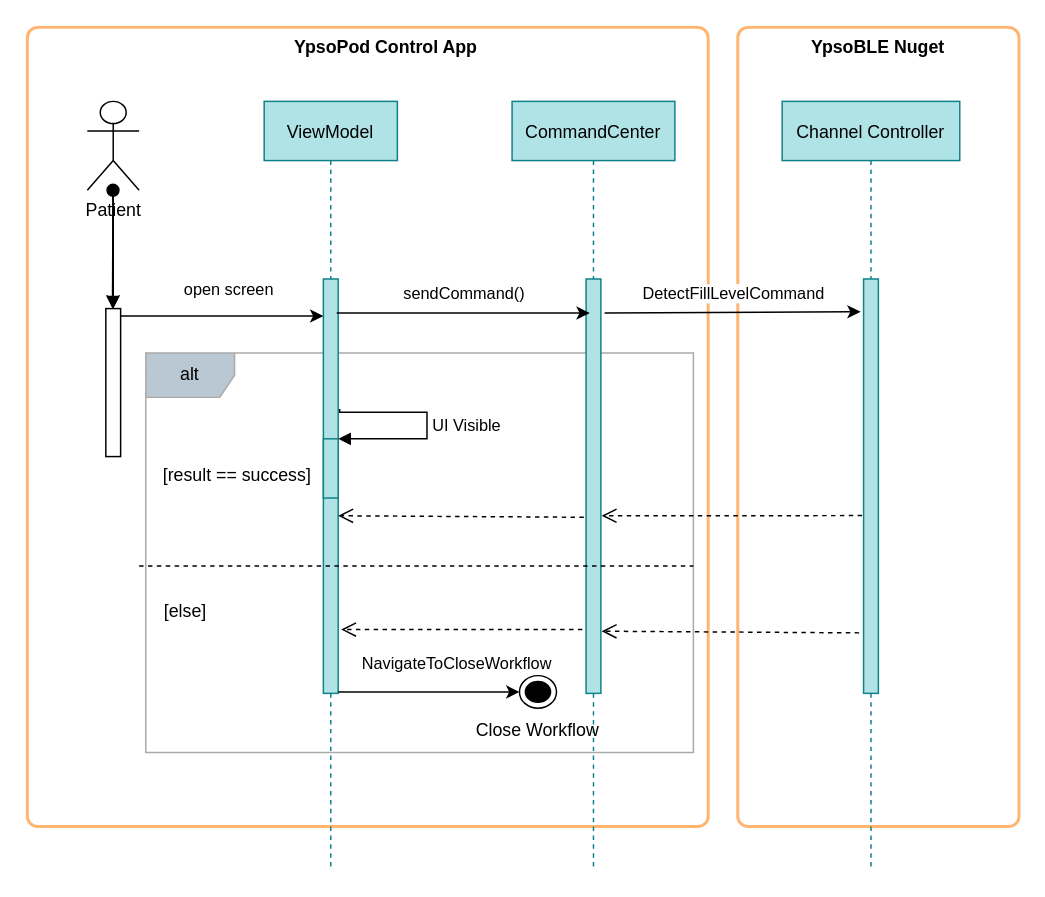
Before: Diagrama sin título.drawio in vespasoft/my_uml_diagrams, a draw.io diagram. Source tidied: cells renumbered, new cells numbered last; positions are measured from the earlier drawing's top-left corner, leaving out a move shared by most shapes. Both pictures are drawn from the tidied source at 148%, with x=0, y=0 at pixel (27, 27).
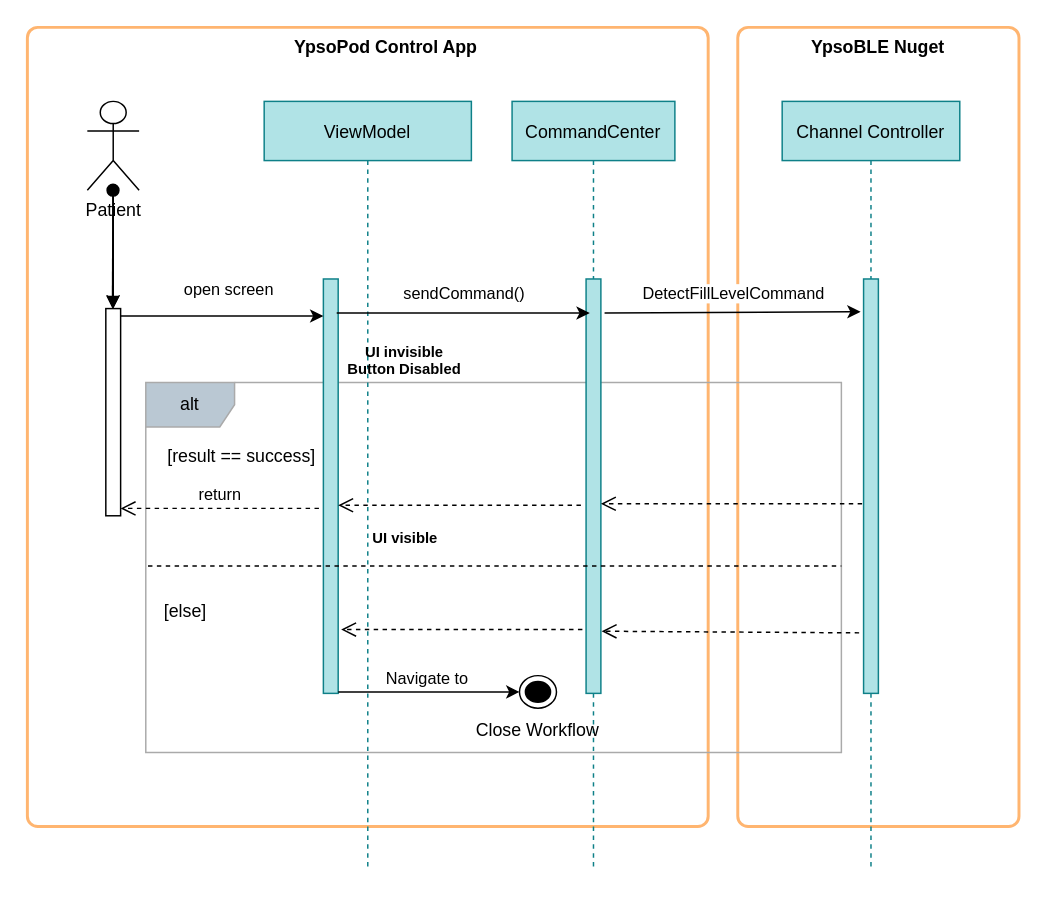
The same diagram, later.

Unchanged cells that the change refers to:
```xml
<mxCell id="12" style="points=[];perimeter=orthogonalPerimeter;rounded=0;shadow=0;strokeWidth=1;fillColor=#b0e3e6;strokeColor=#0e8088;" parent="1" vertex="1">
  <mxGeometry x="200" y="170" width="10" height="280" as="geometry" />
</mxCell>
<mxCell id="17" style="points=[];perimeter=orthogonalPerimeter;rounded=0;shadow=0;strokeWidth=1;fillColor=#b0e3e6;strokeColor=#0e8088;" parent="16" vertex="1">
  <mxGeometry x="55" y="120" width="10" height="280" as="geometry" />
</mxCell>
<mxCell id="22" style="ellipse;html=1;shape=endState;fillColor=#000000;strokeColor=#000000;" parent="1" vertex="1">
  <mxGeometry x="332.5" y="438" width="25" height="22" as="geometry" />
</mxCell>
```

Change to the diagram source:
```diff
@@
     <mxCell id="4" value="alt" style="shape=umlFrame;whiteSpace=wrap;html=1;fillColor=#bac8d3;strokeColor=#AAAAAA;" parent="1" vertex="1">
-      <mxGeometry x="80" y="220" width="370" height="270" as="geometry" />
+      <mxGeometry x="80" y="240" width="470" height="250" as="geometry" />
     </mxCell>
     <mxCell id="5" value="ViewModel" style="shape=umlLifeline;perimeter=lifelinePerimeter;rounded=0;shadow=0;strokeWidth=1;fillColor=#b0e3e6;strokeColor=#0e8088;" parent="1" vertex="1">
-      <mxGeometry x="160" y="50" width="90" height="520" as="geometry" />
+      <mxGeometry x="160" y="50" width="140" height="520" as="geometry" />
     </mxCell>
+    <mxCell id="33" value="UI invisible&lt;br&gt;Button Disabled" style="text;html=1;strokeColor=none;fillColor=none;align=center;verticalAlign=middle;whiteSpace=wrap;rounded=0;fontSize=10;fontStyle=1;" parent="5" vertex="1">
+      <mxGeometry x="50" y="160" width="90" height="30" as="geometry" />
+    </mxCell>
+    <mxCell id="34" value="UI visible" style="text;html=1;strokeColor=none;fillColor=none;align=center;verticalAlign=middle;whiteSpace=wrap;rounded=0;fontSize=10;fontStyle=1;" parent="5" vertex="1">
+      <mxGeometry x="56.5" y="280" width="77" height="30" as="geometry" />
+    </mxCell>
@@
     <mxCell id="11" style="points=[];perimeter=orthogonalPerimeter;rounded=0;shadow=0;strokeWidth=1;" parent="1" vertex="1">
-      <mxGeometry x="53" y="190" width="10" height="100" as="geometry" />
+      <mxGeometry x="53" y="190" width="10" height="140" as="geometry" />
     </mxCell>
@@
     <mxCell id="19" value="[result == success]" style="text;html=1;strokeColor=none;fillColor=none;align=center;verticalAlign=middle;whiteSpace=wrap;rounded=0;" parent="1" vertex="1">
-      <mxGeometry x="87" y="288" width="110" height="30" as="geometry" />
+      <mxGeometry x="90" y="280" width="110" height="20" as="geometry" />
     </mxCell>
@@
-    <mxCell id="21" value="NavigateToCloseWorkflow" style="endArrow=classic;html=1;rounded=0;exitX=1.2;exitY=0.037;exitDx=0;exitDy=0;exitPerimeter=0;entryX=0;entryY=0.5;entryDx=0;entryDy=0;" parent="1" edge="1" target="22">
-      <mxGeometry x="0.31" y="19" relative="1" as="geometry">
+    <mxCell id="21" value="Navigate to" style="endArrow=classic;html=1;rounded=0;exitX=1.2;exitY=0.037;exitDx=0;exitDy=0;exitPerimeter=0;entryX=0;entryY=0.5;entryDx=0;entryDy=0;" parent="1" edge="1" target="22">
+      <mxGeometry x="-0.02" y="9" relative="1" as="geometry">
         <mxPoint x="210" y="449" as="sourcePoint" />
       </mxGeometry>
     </mxCell>
@@
-    <mxCell id="24" style="html=1;verticalAlign=bottom;endArrow=open;dashed=1;endSize=8;rounded=0;entryX=1.05;entryY=0.5;entryDx=0;entryDy=0;entryPerimeter=0;exitX=-0.1;exitY=0.571;exitDx=0;exitDy=0;exitPerimeter=0;" parent="1" edge="1" source="17">
-      <mxGeometry x="0.01" relative="1" as="geometry">
-        <mxPoint x="388" y="330" as="targetPoint" />
-      </mxGeometry>
-    </mxCell>
-    <mxCell id="25" style="html=1;verticalAlign=bottom;endArrow=open;dashed=1;endSize=8;rounded=0;exitX=-0.15;exitY=0.504;exitDx=0;exitDy=0;exitPerimeter=0;" parent="1" edge="1">
-      <mxGeometry relative="1" as="geometry">
-        <mxPoint x="376" y="331" as="sourcePoint" />
-        <mxPoint x="210" y="330" as="targetPoint" />
-      </mxGeometry>
-    </mxCell>
@@
-    <mxCell id="27" style="html=1;points=[];perimeter=orthogonalPerimeter;strokeColor=#0e8088;fillColor=#b0e3e6;" parent="1" vertex="1">
-      <mxGeometry x="200" y="278" width="10" height="40" as="geometry" />
-    </mxCell>
-    <mxCell id="28" value="UI Visible" style="edgeStyle=orthogonalEdgeStyle;html=1;align=left;spacingLeft=2;endArrow=block;rounded=0;entryX=1;entryY=0;exitX=1.1;exitY=0.314;exitDx=0;exitDy=0;exitPerimeter=0;" parent="1" edge="1" source="12" target="27">
-      <mxGeometry relative="1" as="geometry">
-        <Array as="points">
-          <mxPoint x="211" y="260" />
-          <mxPoint x="270" y="260" />
-          <mxPoint x="270" y="278" />
-        </Array>
-      </mxGeometry>
-    </mxCell>
@@
     <mxCell id="30" style="line;strokeWidth=1;fillColor=none;align=left;verticalAlign=middle;spacingTop=-1;spacingLeft=3;spacingRight=3;labelPosition=right;strokeColor=inherit;dashed=1;" parent="1" vertex="1">
-      <mxGeometry x="75.5" y="360" width="374.5" height="8" as="geometry" />
+      <mxGeometry x="81.5" y="360" width="468.5" height="8" as="geometry" />
     </mxCell>
@@
+    <mxCell id="35" style="html=1;verticalAlign=bottom;endArrow=open;dashed=1;endSize=8;rounded=0;exitX=-0.1;exitY=0.339;exitDx=0;exitDy=0;exitPerimeter=0;" parent="1" edge="1">
+      <mxGeometry relative="1" as="geometry">
+        <mxPoint x="564" y="321.9" as="sourcePoint" />
+        <mxPoint x="387.5" y="321.9" as="targetPoint" />
+      </mxGeometry>
+    </mxCell>
+    <mxCell id="36" style="html=1;verticalAlign=bottom;endArrow=open;dashed=1;endSize=8;rounded=0;exitX=-0.35;exitY=0.346;exitDx=0;exitDy=0;exitPerimeter=0;entryX=1;entryY=0.346;entryDx=0;entryDy=0;entryPerimeter=0;" parent="1" edge="1">
+      <mxGeometry relative="1" as="geometry">
+        <mxPoint x="374" y="322.9" as="sourcePoint" />
+        <mxPoint x="210" y="322.9" as="targetPoint" />
+      </mxGeometry>
+    </mxCell>
+    <mxCell id="37" value="return" style="html=1;verticalAlign=bottom;endArrow=open;dashed=1;endSize=8;rounded=0;exitX=-0.3;exitY=0.343;exitDx=0;exitDy=0;exitPerimeter=0;" parent="1" edge="1">
+      <mxGeometry relative="1" as="geometry">
+        <mxPoint x="197" y="325" as="sourcePoint" />
+        <mxPoint x="63" y="325" as="targetPoint" />
+      </mxGeometry>
+    </mxCell>
```
